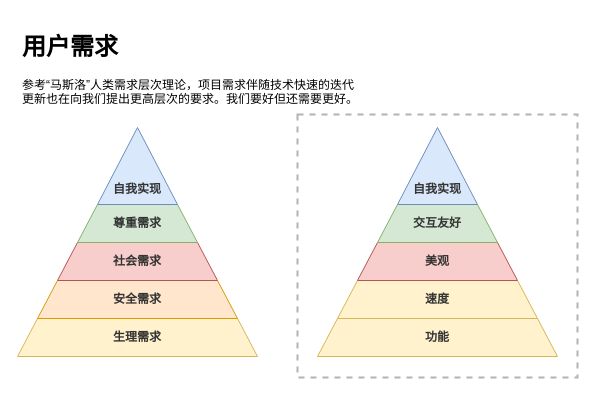
Earlier version of the draw.io diagram 低代码—用户需求.drawio (tangyaosimida/love). Source tidied: cells renumbered, new cells numbered last; positions are measured from the earlier drawing's top-left corner, leaving out a move shared by most shapes. Both pictures are drawn from the tidied source at 100%, with x=0, y=0 at pixel (17, 27).
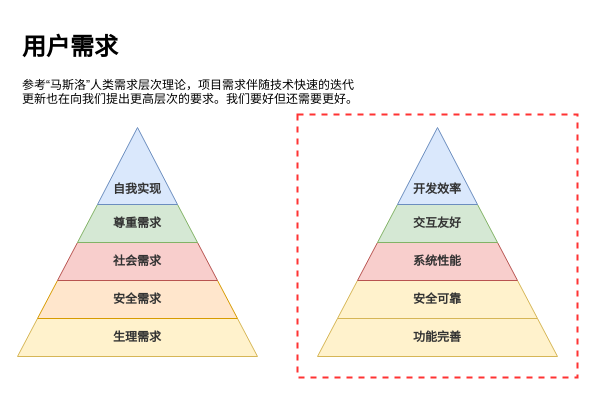
The same diagram, later.

Commit message:
更新低代码—用户需求.drawio

Diff of the diagram source:
```diff
@@
 <mxGraphModel>
   <root>
     <mxCell id="0" />
     <mxCell id="1" parent="0" />
-    <mxCell id="2" style="rounded=0;whiteSpace=wrap;html=1;fillColor=none;dashed=1;strokeColor=#B3B3B3;strokeWidth=2;" parent="1" vertex="1">
+    <mxCell id="2" style="rounded=0;whiteSpace=wrap;html=1;fillColor=none;dashed=1;strokeColor=#FF3333;strokeWidth=2;" parent="1" vertex="1">
       <mxGeometry x="280" y="87" width="280" height="263" as="geometry" />
     </mxCell>
     <mxCell id="3" value="&lt;h1&gt;用户需求&lt;/h1&gt;&lt;div&gt;参考“马斯洛”人类需求层次理论，项目需求伴随技术快速的迭代更新也在向我们提出更高层次的要求。我们要好但还需要更好。&lt;/div&gt;" style="text;html=1;spacing=5;spacingTop=-20;whiteSpace=wrap;overflow=hidden;rounded=0;" parent="1" vertex="1">
       <mxGeometry width="350" height="100" as="geometry" />
     </mxCell>
     <mxCell id="4" value="生理需求" style="shape=trapezoid;perimeter=trapezoidPerimeter;whiteSpace=wrap;html=1;fixedSize=1;fillColor=#fff2cc;strokeColor=#d6b656;fontStyle=1;fontColor=#333333;fontSize=12;" parent="1" vertex="1">
       <mxGeometry y="291" width="240" height="38" as="geometry" />
     </mxCell>
     <mxCell id="5" value="安全需求" style="shape=trapezoid;perimeter=trapezoidPerimeter;whiteSpace=wrap;html=1;fixedSize=1;fillColor=#ffe6cc;strokeColor=#d79b00;fontStyle=1;fontColor=#333333;fontSize=12;" parent="1" vertex="1">
       <mxGeometry x="20" y="253" width="200" height="38" as="geometry" />
     </mxCell>
     <mxCell id="6" value="社会需求" style="shape=trapezoid;perimeter=trapezoidPerimeter;whiteSpace=wrap;html=1;fixedSize=1;fillColor=#f8cecc;strokeColor=#b85450;fontStyle=1;fontColor=#333333;fontSize=12;" parent="1" vertex="1">
       <mxGeometry x="40" y="215" width="160" height="38" as="geometry" />
     </mxCell>
     <mxCell id="7" value="尊重需求" style="shape=trapezoid;perimeter=trapezoidPerimeter;whiteSpace=wrap;html=1;fixedSize=1;fillColor=#d5e8d4;strokeColor=#82b366;fontStyle=1;fontColor=#333333;fontSize=12;" parent="1" vertex="1">
       <mxGeometry x="60" y="177" width="120" height="38" as="geometry" />
     </mxCell>
     <mxCell id="8" style="verticalLabelPosition=bottom;verticalAlign=top;html=1;shape=mxgraph.basic.acute_triangle;dx=0.5;fillColor=#dae8fc;strokeColor=#6c8ebf;fontColor=#333333;" parent="1" vertex="1">
       <mxGeometry x="80" y="100" width="80" height="77" as="geometry" />
     </mxCell>
-    <mxCell id="9" value="功能" style="shape=trapezoid;perimeter=trapezoidPerimeter;whiteSpace=wrap;html=1;fixedSize=1;fillColor=#fff2cc;strokeColor=#d6b656;fontStyle=1;fontColor=#333333;fontSize=12;" parent="1" vertex="1">
+    <mxCell id="9" value="功能完善" style="shape=trapezoid;perimeter=trapezoidPerimeter;whiteSpace=wrap;html=1;fixedSize=1;fillColor=#fff2cc;strokeColor=#d6b656;fontStyle=1;fontColor=#333333;fontSize=12;" parent="1" vertex="1">
       <mxGeometry x="300" y="291" width="240" height="38" as="geometry" />
     </mxCell>
-    <mxCell id="10" value="速度" style="shape=trapezoid;perimeter=trapezoidPerimeter;whiteSpace=wrap;html=1;fixedSize=1;fillColor=#fff2cc;strokeColor=#d6b656;fontStyle=1;fontColor=#333333;fontSize=12;" parent="1" vertex="1">
+    <mxCell id="10" value="安全可靠" style="shape=trapezoid;perimeter=trapezoidPerimeter;whiteSpace=wrap;html=1;fixedSize=1;fillColor=#fff2cc;strokeColor=#d6b656;fontStyle=1;fontColor=#333333;fontSize=12;" parent="1" vertex="1">
       <mxGeometry x="320" y="253" width="200" height="38" as="geometry" />
     </mxCell>
-    <mxCell id="11" value="美观" style="shape=trapezoid;perimeter=trapezoidPerimeter;whiteSpace=wrap;html=1;fixedSize=1;fillColor=#f8cecc;strokeColor=#b85450;fontStyle=1;fontColor=#333333;fontSize=12;" parent="1" vertex="1">
+    <mxCell id="11" value="系统性能" style="shape=trapezoid;perimeter=trapezoidPerimeter;whiteSpace=wrap;html=1;fixedSize=1;fillColor=#f8cecc;strokeColor=#b85450;fontStyle=1;fontColor=#333333;fontSize=12;" parent="1" vertex="1">
       <mxGeometry x="340" y="215" width="160" height="38" as="geometry" />
     </mxCell>
     <mxCell id="12" value="交互友好" style="shape=trapezoid;perimeter=trapezoidPerimeter;whiteSpace=wrap;html=1;fixedSize=1;fillColor=#d5e8d4;strokeColor=#82b366;fontStyle=1;fontColor=#333333;fontSize=12;" parent="1" vertex="1">
       <mxGeometry x="360" y="177" width="120" height="38" as="geometry" />
     </mxCell>
     <mxCell id="13" style="verticalLabelPosition=bottom;verticalAlign=top;html=1;shape=mxgraph.basic.acute_triangle;dx=0.5;fillColor=#dae8fc;strokeColor=#6c8ebf;fontColor=#333333;" parent="1" vertex="1">
       <mxGeometry x="380" y="100" width="80" height="77" as="geometry" />
     </mxCell>
     <mxCell id="14" value="自我实现" style="text;html=1;align=center;verticalAlign=middle;whiteSpace=wrap;rounded=0;fontStyle=1;fontColor=#333333;fontSize=12;" parent="1" vertex="1">
       <mxGeometry x="90" y="147" width="60" height="30" as="geometry" />
     </mxCell>
-    <mxCell id="15" value="自我实现" style="text;html=1;align=center;verticalAlign=middle;whiteSpace=wrap;rounded=0;fontStyle=1;fontColor=#333333;fontSize=12;" parent="1" vertex="1">
+    <mxCell id="15" value="开发效率" style="text;html=1;align=center;verticalAlign=middle;whiteSpace=wrap;rounded=0;fontStyle=1;fontColor=#333333;fontSize=12;" parent="1" vertex="1">
       <mxGeometry x="390" y="147" width="60" height="30" as="geometry" />
     </mxCell>
   </root>
 </mxGraphModel>
```
